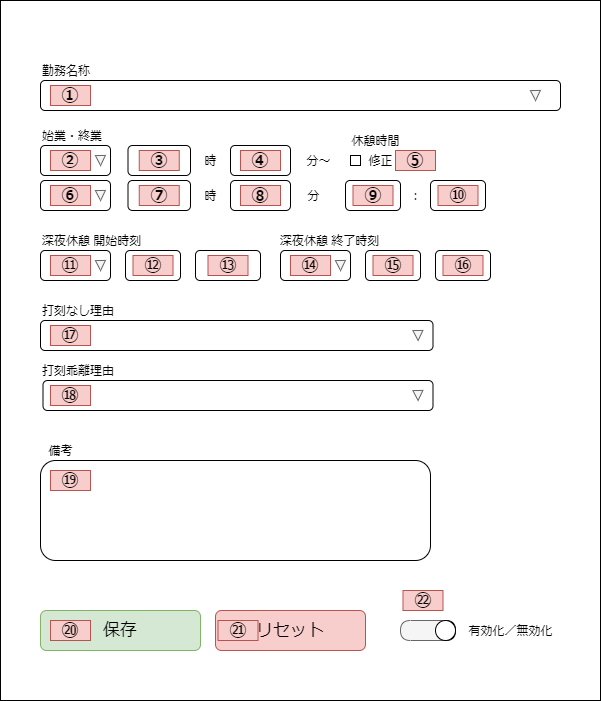
euphmat/AutoWebDakoku keeps this draw.io diagram as doc/drawio/5.png. Above is the earlier version. Source tidied: cells renumbered, new cells last; positions are measured from the earlier drawing's top-left corner, leaving out a move shared by most shapes.
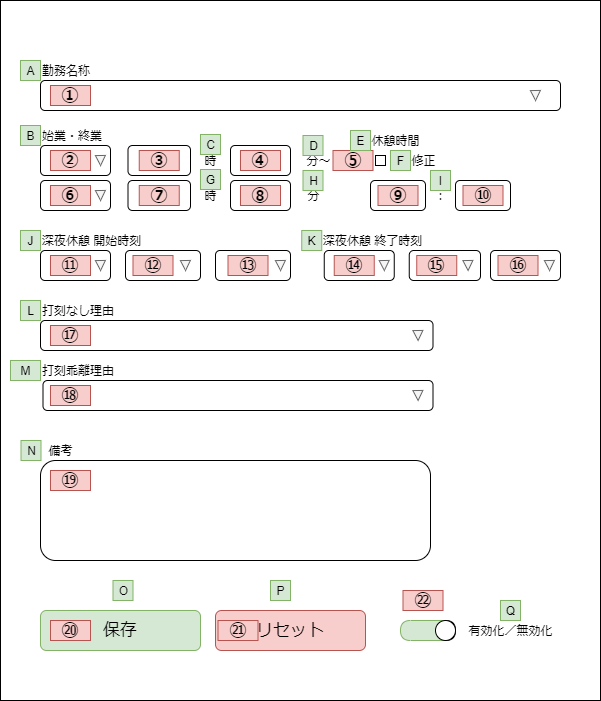
Later version of the same file.

Diff of the diagram source:
```diff
@@ -69,13 +69,13 @@
       <mxGeometry x="297.5" y="185" width="30" height="20" as="geometry" />
     </mxCell>
     <mxCell id="24" style="rounded=1;whiteSpace=wrap;html=1;labelBackgroundColor=#2E1616;align=left;" parent="1" vertex="1">
-      <mxGeometry x="345" y="180" width="55" height="30" as="geometry" />
+      <mxGeometry x="370" y="180" width="55" height="30" as="geometry" />
     </mxCell>
     <mxCell id="25" value="：" style="text;html=1;align=center;verticalAlign=middle;" parent="1" vertex="1">
-      <mxGeometry x="400" y="185" width="30" height="20" as="geometry" />
+      <mxGeometry x="425" y="185" width="30" height="20" as="geometry" />
     </mxCell>
     <mxCell id="26" style="rounded=1;whiteSpace=wrap;html=1;labelBackgroundColor=#2E1616;align=left;" parent="1" vertex="1">
-      <mxGeometry x="430" y="180" width="55" height="30" as="geometry" />
+      <mxGeometry x="455" y="180" width="55" height="30" as="geometry" />
     </mxCell>
     <mxCell id="27" value="深夜休憩 開始時刻" style="text;html=1;align=left;verticalAlign=middle;" parent="1" vertex="1">
       <mxGeometry x="40" y="230" width="110" height="20" as="geometry" />
@@ -99,13 +99,13 @@
       <mxGeometry x="10" y="5" width="40" height="20" as="geometry" />
     </mxCell>
     <mxCell id="34" style="rounded=1;whiteSpace=wrap;html=1;labelBackgroundColor=#2E1616;align=left;" parent="1" vertex="1">
-      <mxGeometry x="125" y="250" width="55" height="30" as="geometry" />
+      <mxGeometry x="125" y="250" width="75" height="30" as="geometry" />
     </mxCell>
     <mxCell id="35" style="rounded=1;whiteSpace=wrap;html=1;labelBackgroundColor=#2E1616;align=left;" parent="1" vertex="1">
-      <mxGeometry x="195" y="250" width="65" height="30" as="geometry" />
+      <mxGeometry x="215" y="250" width="75" height="30" as="geometry" />
     </mxCell>
     <mxCell id="36" style="group;" parent="1" vertex="1">
-      <mxGeometry x="280" y="250" width="70" height="30" as="geometry" />
+      <mxGeometry x="323.8" y="250" width="70" height="30" as="geometry" />
     </mxCell>
     <mxCell id="37" style="group;" parent="36" vertex="1">
       <mxGeometry width="70" height="30" as="geometry" />
@@ -123,10 +123,10 @@
       <mxGeometry x="10" y="5" width="40" height="20" as="geometry" />
     </mxCell>
     <mxCell id="42" style="rounded=1;whiteSpace=wrap;html=1;labelBackgroundColor=#2E1616;align=left;" parent="1" vertex="1">
-      <mxGeometry x="365" y="250" width="55" height="30" as="geometry" />
+      <mxGeometry x="408.8" y="250" width="71.2" height="30" as="geometry" />
     </mxCell>
     <mxCell id="43" style="rounded=1;whiteSpace=wrap;html=1;labelBackgroundColor=#2E1616;align=left;" parent="1" vertex="1">
-      <mxGeometry x="435" y="250" width="55" height="30" as="geometry" />
+      <mxGeometry x="490" y="250" width="70" height="30" as="geometry" />
     </mxCell>
     <mxCell id="44" style="group;" parent="1" vertex="1">
       <mxGeometry x="40" y="320" width="392.5" height="30" as="geometry" />
@@ -138,7 +138,7 @@
       <mxGeometry x="10" y="5" width="40" height="20" as="geometry" />
     </mxCell>
     <mxCell id="47" value="深夜休憩 終了時刻" style="text;html=1;align=left;verticalAlign=middle;" parent="1" vertex="1">
-      <mxGeometry x="277.5" y="230" width="110" height="20" as="geometry" />
+      <mxGeometry x="321.2" y="230" width="110" height="20" as="geometry" />
     </mxCell>
     <mxCell id="48" value="打刻なし理由" style="text;html=1;align=left;verticalAlign=middle;" parent="1" vertex="1">
       <mxGeometry x="40" y="300" width="90" height="20" as="geometry" />
@@ -165,10 +165,10 @@
       <mxGeometry x="215" y="610" width="150" height="40" as="geometry" />
     </mxCell>
     <mxCell id="56" style="rounded=0;whiteSpace=wrap;html=1;imageHeight=26;" parent="1" vertex="1">
-      <mxGeometry x="350" y="155" width="10" height="10" as="geometry" />
+      <mxGeometry x="375" y="155" width="10" height="10" as="geometry" />
     </mxCell>
     <mxCell id="57" value="修正" style="text;html=1;align=center;verticalAlign=middle;" parent="1" vertex="1">
-      <mxGeometry x="360" y="150" width="40" height="20" as="geometry" />
+      <mxGeometry x="402.5" y="150" width="40" height="20" as="geometry" />
     </mxCell>
     <mxCell id="58" style="triangle;whiteSpace=wrap;html=1;align=left;rotation=89;labelBackgroundColor=#2E1616;fillColor=#f5f5f5;strokeColor=#666666;fontColor=#333333;" parent="1" vertex="1">
       <mxGeometry x="412.5" y="330" width="10" height="10" as="geometry" />
@@ -177,7 +177,7 @@
       <mxGeometry x="530" y="90" width="10" height="10" as="geometry" />
     </mxCell>
     <mxCell id="60" value="休憩時間" style="text;html=1;align=center;verticalAlign=middle;" parent="1" vertex="1">
-      <mxGeometry x="345" y="130" width="60" height="20" as="geometry" />
+      <mxGeometry x="365" y="130" width="60" height="20" as="geometry" />
     </mxCell>
     <mxCell id="61" value="備考" style="text;html=1;align=center;verticalAlign=middle;" parent="1" vertex="1">
       <mxGeometry x="40" y="440" width="40" height="20" as="geometry" />
@@ -194,7 +194,7 @@
     <mxCell id="65" style="shape=delay;whiteSpace=wrap;html=1;" parent="1" vertex="1">
       <mxGeometry x="420" y="620" width="35" height="20" as="geometry" />
     </mxCell>
-    <mxCell id="66" style="shape=delay;whiteSpace=wrap;html=1;rotation=-180;fillColor=#f5f5f5;strokeColor=#666666;fontColor=#333333;" parent="1" vertex="1">
+    <mxCell id="66" style="shape=delay;whiteSpace=wrap;html=1;rotation=-180;fillColor=#d5e8d4;strokeColor=#82b366;" parent="1" vertex="1">
       <mxGeometry x="400" y="620" width="45" height="20" as="geometry" />
     </mxCell>
     <mxCell id="67" style="ellipse;whiteSpace=wrap;html=1;" parent="1" vertex="1">
@@ -210,7 +210,7 @@
       <mxGeometry x="138.8" y="150" width="40" height="20" as="geometry" />
     </mxCell>
     <mxCell id="71" value="⑤" style="text;html=1;strokeColor=#b85450;fillColor=#f8cecc;align=center;verticalAlign=middle;whiteSpace=wrap;rounded=0;fontSize=18;fontStyle=1;" parent="1" vertex="1">
-      <mxGeometry x="395" y="150" width="40" height="20" as="geometry" />
+      <mxGeometry x="332.5" y="150" width="40" height="20" as="geometry" />
     </mxCell>
     <mxCell id="72" value="⑥" style="text;html=1;strokeColor=#b85450;fillColor=#f8cecc;align=center;verticalAlign=middle;whiteSpace=wrap;rounded=0;fontSize=18;fontStyle=1;" parent="1" vertex="1">
       <mxGeometry x="50" y="185" width="40" height="20" as="geometry" />
@@ -219,25 +219,25 @@
       <mxGeometry x="138.8" y="185" width="40" height="20" as="geometry" />
     </mxCell>
     <mxCell id="74" value="⑨" style="text;html=1;strokeColor=#b85450;fillColor=#f8cecc;align=center;verticalAlign=middle;whiteSpace=wrap;rounded=0;fontSize=18;fontStyle=1;" parent="1" vertex="1">
-      <mxGeometry x="352.5" y="185" width="40" height="20" as="geometry" />
+      <mxGeometry x="377.5" y="185" width="40" height="20" as="geometry" />
     </mxCell>
     <mxCell id="75" value="⑧" style="text;html=1;strokeColor=#b85450;fillColor=#f8cecc;align=center;verticalAlign=middle;whiteSpace=wrap;rounded=0;fontSize=18;fontStyle=1;" parent="1" vertex="1">
       <mxGeometry x="240" y="185" width="40" height="20" as="geometry" />
     </mxCell>
     <mxCell id="76" value="⑩" style="text;html=1;strokeColor=#b85450;fillColor=#f8cecc;align=center;verticalAlign=middle;whiteSpace=wrap;rounded=0;fontSize=18;fontStyle=1;" parent="1" vertex="1">
-      <mxGeometry x="437.5" y="185" width="40" height="20" as="geometry" />
+      <mxGeometry x="462.5" y="185" width="40" height="20" as="geometry" />
     </mxCell>
     <mxCell id="77" value="⑫" style="text;html=1;strokeColor=#b85450;fillColor=#f8cecc;align=center;verticalAlign=middle;whiteSpace=wrap;rounded=0;fontSize=18;fontStyle=1;" parent="1" vertex="1">
       <mxGeometry x="132.5" y="255" width="40" height="20" as="geometry" />
     </mxCell>
     <mxCell id="78" value="⑬" style="text;html=1;strokeColor=#b85450;fillColor=#f8cecc;align=center;verticalAlign=middle;whiteSpace=wrap;rounded=0;fontSize=18;fontStyle=1;" parent="1" vertex="1">
-      <mxGeometry x="207.5" y="255" width="40" height="20" as="geometry" />
+      <mxGeometry x="227.5" y="255" width="40" height="20" as="geometry" />
     </mxCell>
     <mxCell id="79" value="⑮" style="text;html=1;strokeColor=#b85450;fillColor=#f8cecc;align=center;verticalAlign=middle;whiteSpace=wrap;rounded=0;fontSize=18;fontStyle=1;" parent="1" vertex="1">
-      <mxGeometry x="372.5" y="255" width="40" height="20" as="geometry" />
+      <mxGeometry x="416.2" y="255" width="40" height="20" as="geometry" />
     </mxCell>
     <mxCell id="80" value="⑯" style="text;html=1;strokeColor=#b85450;fillColor=#f8cecc;align=center;verticalAlign=middle;whiteSpace=wrap;rounded=0;fontSize=18;fontStyle=1;" parent="1" vertex="1">
-      <mxGeometry x="442.5" y="255" width="40" height="20" as="geometry" />
+      <mxGeometry x="497.5" y="255" width="40" height="20" as="geometry" />
     </mxCell>
     <mxCell id="81" value="⑳" style="text;html=1;strokeColor=#b85450;fillColor=#f8cecc;align=center;verticalAlign=middle;whiteSpace=wrap;rounded=0;fontSize=18;fontStyle=1;" parent="1" vertex="1">
       <mxGeometry x="50" y="620" width="40" height="20" as="geometry" />
@@ -248,5 +248,68 @@
     <mxCell id="83" value="㉑" style="text;html=1;strokeColor=#b85450;fillColor=#f8cecc;align=center;verticalAlign=middle;whiteSpace=wrap;rounded=0;fontSize=18;fontStyle=1;" parent="1" vertex="1">
       <mxGeometry x="217.5" y="620" width="40" height="20" as="geometry" />
     </mxCell>
+    <mxCell id="84" value="A" style="text;html=1;align=center;verticalAlign=middle;fillColor=#d5e8d4;strokeColor=#82b366;" parent="1" vertex="1">
+      <mxGeometry x="20" y="60" width="20" height="20" as="geometry" />
+    </mxCell>
+    <mxCell id="85" value="B" style="text;html=1;align=center;verticalAlign=middle;fillColor=#d5e8d4;strokeColor=#82b366;" parent="1" vertex="1">
+      <mxGeometry x="20" y="125" width="20" height="20" as="geometry" />
+    </mxCell>
+    <mxCell id="86" value="C" style="text;html=1;align=center;verticalAlign=middle;fillColor=#d5e8d4;strokeColor=#82b366;" parent="1" vertex="1">
+      <mxGeometry x="200" y="134" width="20" height="20" as="geometry" />
+    </mxCell>
+    <mxCell id="87" value="G" style="text;html=1;align=center;verticalAlign=middle;fillColor=#d5e8d4;strokeColor=#82b366;" parent="1" vertex="1">
+      <mxGeometry x="200" y="169" width="20" height="20" as="geometry" />
+    </mxCell>
+    <mxCell id="88" value="D" style="text;html=1;align=center;verticalAlign=middle;fillColor=#d5e8d4;strokeColor=#82b366;" parent="1" vertex="1">
+      <mxGeometry x="302.5" y="135" width="20" height="20" as="geometry" />
+    </mxCell>
+    <mxCell id="89" value="H" style="text;html=1;align=center;verticalAlign=middle;fillColor=#d5e8d4;strokeColor=#82b366;" parent="1" vertex="1">
+      <mxGeometry x="302.5" y="170" width="20" height="20" as="geometry" />
+    </mxCell>
+    <mxCell id="90" value="E" style="text;html=1;align=center;verticalAlign=middle;fillColor=#d5e8d4;strokeColor=#82b366;" parent="1" vertex="1">
+      <mxGeometry x="350" y="130" width="20" height="20" as="geometry" />
+    </mxCell>
+    <mxCell id="91" value="F" style="text;html=1;align=center;verticalAlign=middle;fillColor=#d5e8d4;strokeColor=#82b366;" parent="1" vertex="1">
+      <mxGeometry x="390" y="150" width="20" height="20" as="geometry" />
+    </mxCell>
+    <mxCell id="92" value="I" style="text;html=1;align=center;verticalAlign=middle;fillColor=#d5e8d4;strokeColor=#82b366;" parent="1" vertex="1">
+      <mxGeometry x="430" y="170" width="20" height="20" as="geometry" />
+    </mxCell>
+    <mxCell id="93" value="J" style="text;html=1;align=center;verticalAlign=middle;fillColor=#d5e8d4;strokeColor=#82b366;" parent="1" vertex="1">
+      <mxGeometry x="20" y="230" width="20" height="20" as="geometry" />
+    </mxCell>
+    <mxCell id="94" value="K" style="text;html=1;align=center;verticalAlign=middle;fillColor=#d5e8d4;strokeColor=#82b366;" parent="1" vertex="1">
+      <mxGeometry x="301.2" y="230" width="20" height="20" as="geometry" />
+    </mxCell>
+    <mxCell id="95" value="L" style="text;html=1;align=center;verticalAlign=middle;fillColor=#d5e8d4;strokeColor=#82b366;" parent="1" vertex="1">
+      <mxGeometry x="20" y="300" width="20" height="20" as="geometry" />
+    </mxCell>
+    <mxCell id="96" value="M" style="text;html=1;align=center;verticalAlign=middle;fillColor=#d5e8d4;strokeColor=#82b366;" parent="1" vertex="1">
+      <mxGeometry x="10" y="360" width="30" height="20" as="geometry" />
+    </mxCell>
+    <mxCell id="97" value="N" style="text;html=1;align=center;verticalAlign=middle;fillColor=#d5e8d4;strokeColor=#82b366;" parent="1" vertex="1">
+      <mxGeometry x="20.5" y="440" width="20" height="20" as="geometry" />
+    </mxCell>
+    <mxCell id="98" value="Q" style="text;html=1;align=center;verticalAlign=middle;fillColor=#d5e8d4;strokeColor=#82b366;" parent="1" vertex="1">
+      <mxGeometry x="500" y="600" width="20" height="20" as="geometry" />
+    </mxCell>
+    <mxCell id="99" value="O" style="text;html=1;align=center;verticalAlign=middle;fillColor=#d5e8d4;strokeColor=#82b366;" parent="1" vertex="1">
+      <mxGeometry x="112.5" y="580" width="20" height="20" as="geometry" />
+    </mxCell>
+    <mxCell id="100" value="P" style="text;html=1;align=center;verticalAlign=middle;fillColor=#d5e8d4;strokeColor=#82b366;" parent="1" vertex="1">
+      <mxGeometry x="270" y="580" width="20" height="20" as="geometry" />
+    </mxCell>
+    <mxCell id="101" style="triangle;whiteSpace=wrap;html=1;align=left;rotation=89;labelBackgroundColor=#2E1616;fillColor=#f5f5f5;strokeColor=#666666;fontColor=#333333;" parent="1" vertex="1">
+      <mxGeometry x="180" y="260" width="10" height="10" as="geometry" />
+    </mxCell>
+    <mxCell id="102" style="triangle;whiteSpace=wrap;html=1;align=left;rotation=89;labelBackgroundColor=#2E1616;fillColor=#f5f5f5;strokeColor=#666666;fontColor=#333333;" parent="1" vertex="1">
+      <mxGeometry x="275" y="260" width="10" height="10" as="geometry" />
+    </mxCell>
+    <mxCell id="103" style="triangle;whiteSpace=wrap;html=1;align=left;rotation=89;labelBackgroundColor=#2E1616;fillColor=#f5f5f5;strokeColor=#666666;fontColor=#333333;" parent="1" vertex="1">
+      <mxGeometry x="462.5" y="260" width="10" height="10" as="geometry" />
+    </mxCell>
+    <mxCell id="104" style="triangle;whiteSpace=wrap;html=1;align=left;rotation=89;labelBackgroundColor=#2E1616;fillColor=#f5f5f5;strokeColor=#666666;fontColor=#333333;" parent="1" vertex="1">
+      <mxGeometry x="544" y="260" width="10" height="10" as="geometry" />
+    </mxCell>
   </root>
 </mxGraphModel>
```
